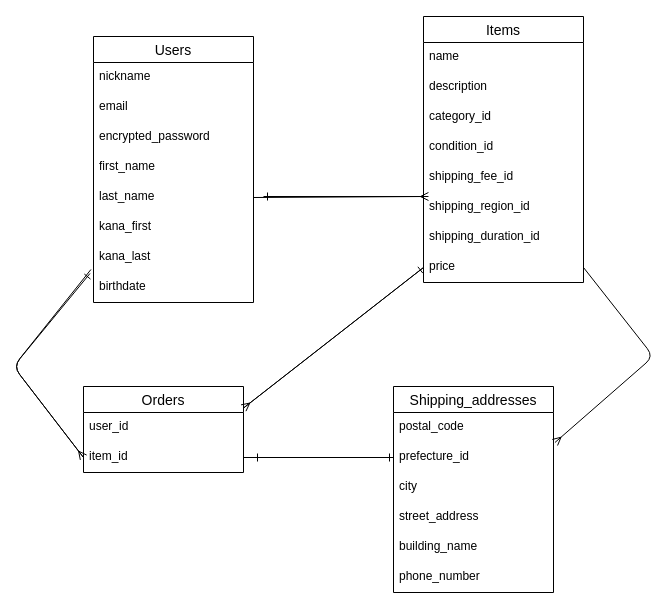
zundokon/furima-39618 keeps this draw.io diagram as er_diagram.dio. Above is the earlier version. Source tidied: cells renumbered, new cells numbered last; positions are measured from the earlier drawing's top-left corner, leaving out a move shared by most shapes. Both pictures are drawn from the tidied source at 100%, with x=0, y=0 at pixel (13, 16).
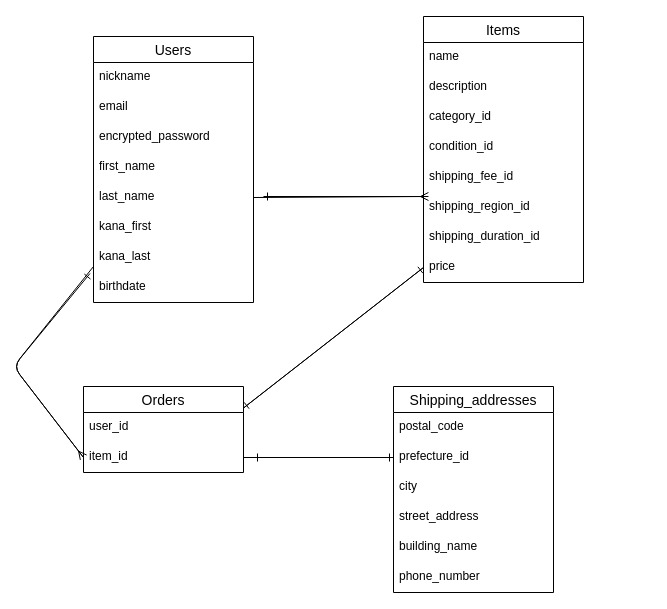
Above is the later version.

Unchanged cells that the change refers to:
```xml
<mxCell id="9" value="kana_last" style="text;strokeColor=none;fillColor=none;spacingLeft=4;spacingRight=4;overflow=hidden;points=[[0,0.5],[1,0.5]];portConstraint=eastwest;fontSize=12;" parent="2" vertex="1">
  <mxGeometry y="206" width="160" height="30" as="geometry" />
</mxCell>
<mxCell id="19" value="price" style="text;strokeColor=none;fillColor=none;spacingLeft=4;spacingRight=4;overflow=hidden;points=[[0,0.5],[1,0.5]];portConstraint=eastwest;fontSize=12;" parent="11" vertex="1">
  <mxGeometry y="236" width="160" height="30" as="geometry" />
</mxCell>
<mxCell id="21" value="Orders" style="swimlane;fontStyle=0;horizontal=1;startSize=26;align=center;fontSize=14;" parent="1" vertex="1">
  <mxGeometry x="70" y="370" width="160" height="86" as="geometry" />
</mxCell>
<mxCell id="23" value="item_id" style="text;strokeColor=none;fillColor=none;spacingLeft=4;spacingRight=4;overflow=hidden;points=[[0,0.5],[1,0.5]];portConstraint=eastwest;fontSize=12;" parent="21" vertex="1">
  <mxGeometry y="56" width="160" height="30" as="geometry" />
</mxCell>
<mxCell id="26" value="prefecture_id" style="text;strokeColor=none;fillColor=none;spacingLeft=4;spacingRight=4;overflow=hidden;points=[[0,0.5],[1,0.5]];portConstraint=eastwest;fontSize=12;" parent="24" vertex="1">
  <mxGeometry y="56" width="160" height="30" as="geometry" />
</mxCell>
```

Diff of the diagram source:
```diff
@@
-    <mxCell id="36" style="edgeStyle=none;html=1;entryX=0;entryY=0.5;entryDx=0;entryDy=0;endArrow=ERmany;endFill=0;exitX=-0.016;exitY=0.9;exitDx=0;exitDy=0;exitPerimeter=0;" parent="1" edge="1" source="9" target="23">
+    <mxCell id="36" style="edgeStyle=none;html=1;entryX=0;entryY=0.5;entryDx=0;entryDy=0;endArrow=ERmany;endFill=0;" parent="1" edge="1" target="23">
       <mxGeometry relative="1" as="geometry">
+        <mxPoint x="80" y="250" as="sourcePoint" />
         <Array as="points">
           <mxPoint y="350" />
         </Array>
       </mxGeometry>
     </mxCell>
-    <mxCell id="37" style="edgeStyle=none;html=1;exitX=1;exitY=0.5;exitDx=0;exitDy=0;entryX=1.009;entryY=0;entryDx=0;entryDy=0;endArrow=ERmany;endFill=0;entryPerimeter=0;" parent="1" edge="1" source="19" target="26">
-      <mxGeometry relative="1" as="geometry">
-        <Array as="points">
-          <mxPoint x="640" y="340" />
-        </Array>
-      </mxGeometry>
-    </mxCell>
-    <mxCell id="38" style="edgeStyle=none;html=1;exitX=0;exitY=0.5;exitDx=0;exitDy=0;entryX=1;entryY=0.25;entryDx=0;entryDy=0;endArrow=ERmany;endFill=0;" parent="1" edge="1" source="19" target="21">
+    <mxCell id="38" style="edgeStyle=none;html=1;exitX=0;exitY=0.5;exitDx=0;exitDy=0;entryX=1;entryY=0.25;entryDx=0;entryDy=0;endArrow=ERone;endFill=0;" parent="1" edge="1" source="19" target="21">
       <mxGeometry relative="1" as="geometry" />
     </mxCell>
```
